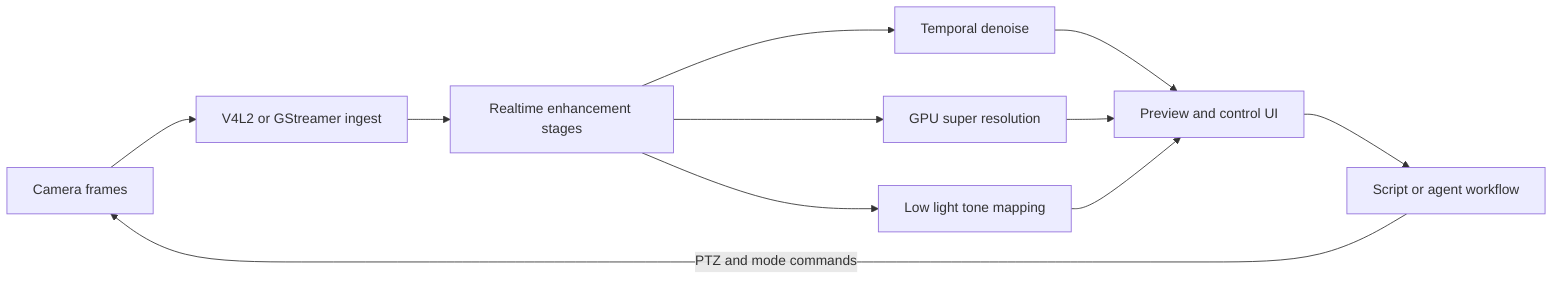
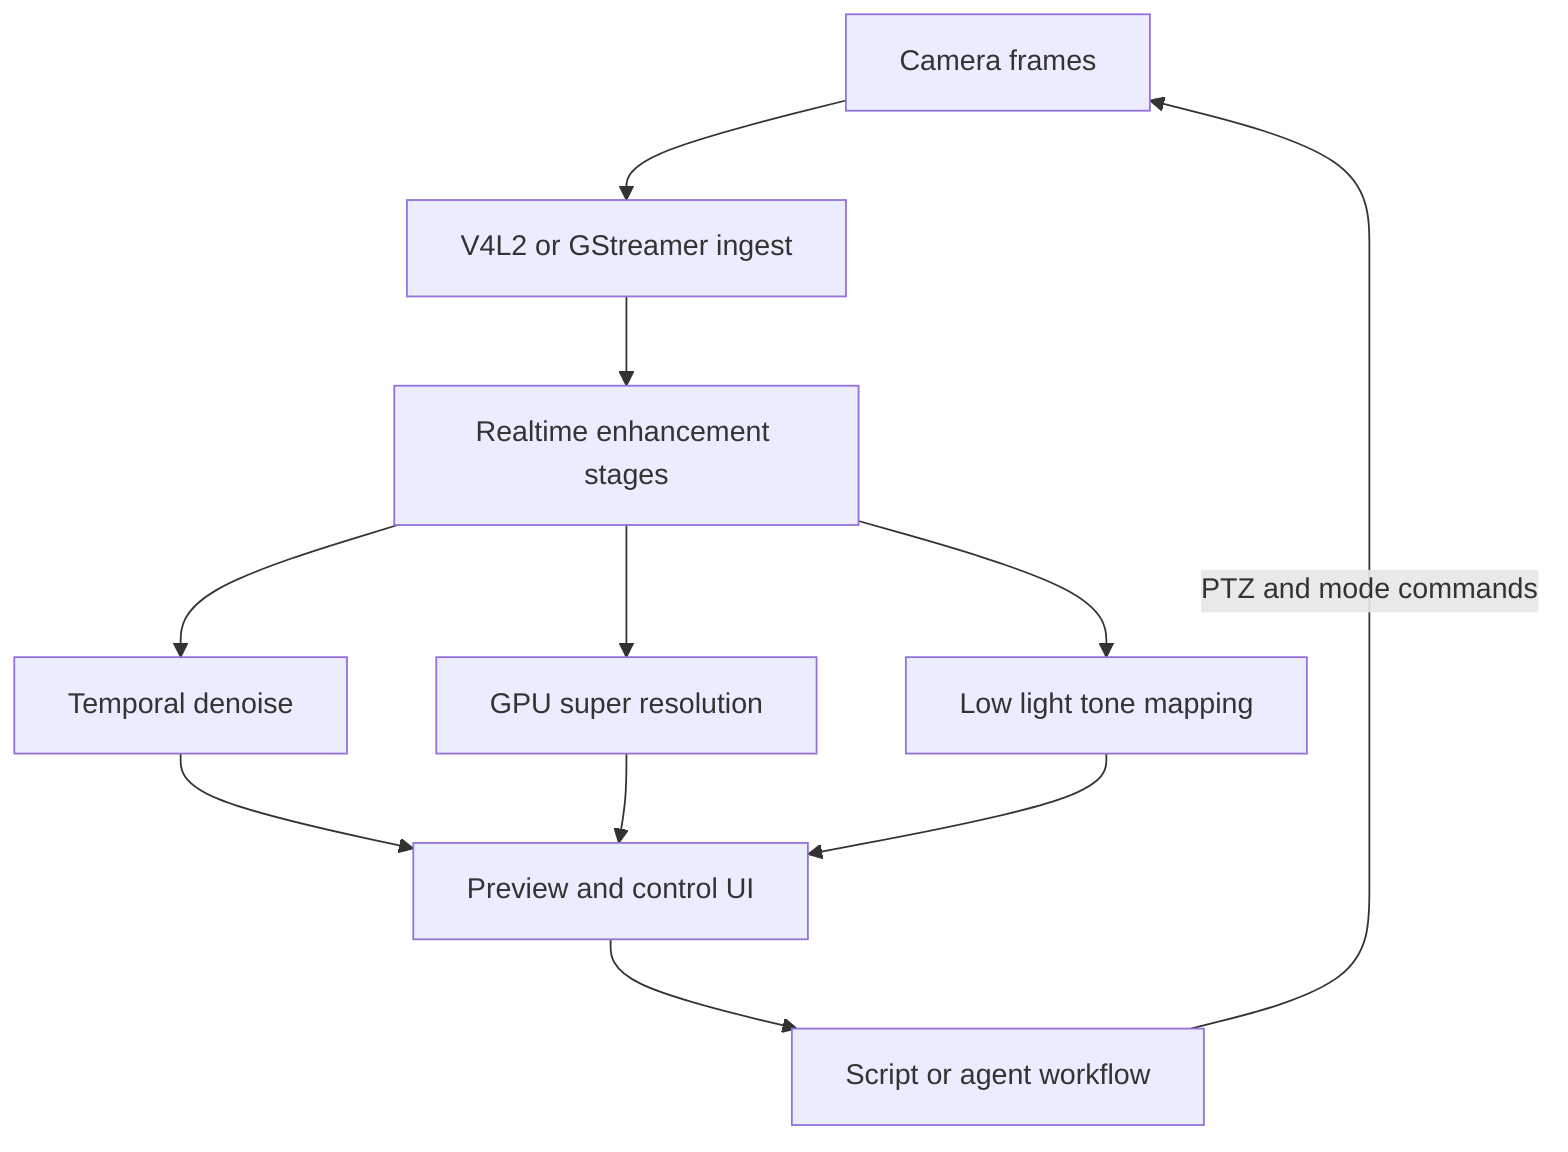
%% Generated diagram source - run `pnpm generate:diagrams` after editing and commit the updated SVG.
- flowchart LR
-   camera["Camera frames"]
-   ingest["V4L2 or GStreamer ingest"]
-   enhance["Realtime enhancement stages"]
-   denoise["Temporal denoise"]
-   superres["GPU super resolution"]
-   tone["Low light tone mapping"]
-   preview["Preview and control UI"]
-   agent["Script or agent workflow"]
- 
-   camera --> ingest
-   ingest --> enhance
-   enhance --> denoise
-   enhance --> superres
-   enhance --> tone
-   denoise --> preview
+ flowchart TD
+   camera["Camera frames"] --> ingest["V4L2 or GStreamer ingest"]
+   ingest --> enhance["Realtime enhancement stages"]
+   enhance --> denoise["Temporal denoise"]
+   enhance --> superres["GPU super resolution"]
+   enhance --> tone["Low light tone mapping"]
+   denoise --> preview["Preview and control UI"]
  superres --> preview
  tone --> preview
-   preview --> agent
+   preview --> agent["Script or agent workflow"]
  agent -->|"PTZ and mode commands"| camera
